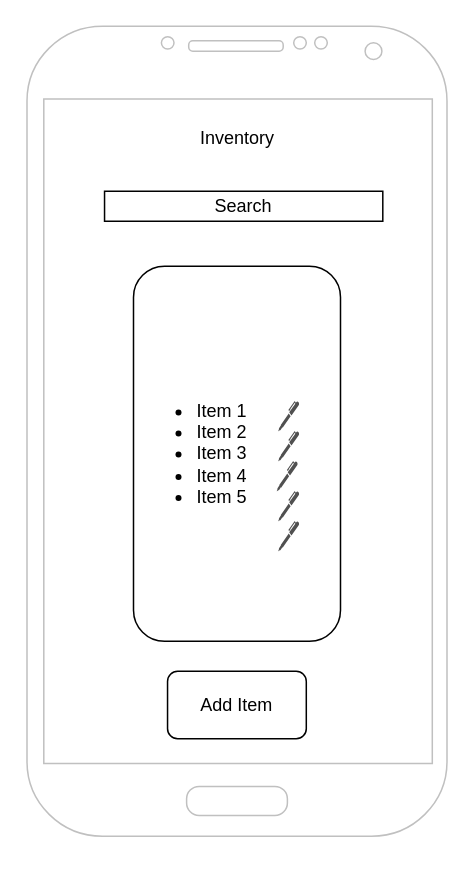
Above: page "Home" (1 of 4) of public/draft.drawio in MV-SWE-Gang/inventory-app (draw.io), before the change. Source tidied: cells renumbered, new cells numbered last; positions are measured from the earlier drawing's top-left corner, leaving out a move shared by most shapes. Both pictures are drawn from the tidied source at 150%, with x=0, y=0 at pixel (27, 26).
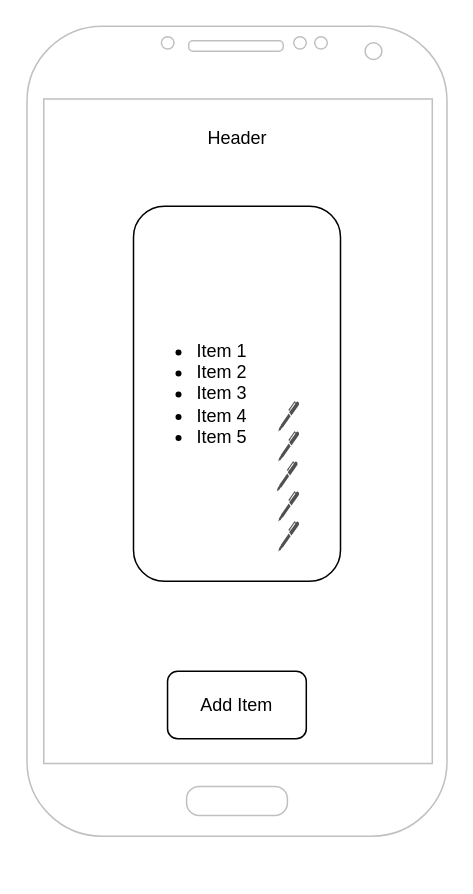
The same diagram, later.

What changed in the source:
```diff
@@
 <mxGraphModel>
   <root>
     <mxCell id="0" />
     <mxCell id="1" parent="0" />
     <mxCell id="2" value="&lt;div&gt;&lt;br&gt;&lt;/div&gt;" style="verticalLabelPosition=bottom;verticalAlign=top;html=1;shadow=0;dashed=0;strokeWidth=1;shape=mxgraph.android.phone2;strokeColor=#c0c0c0;" parent="1" vertex="1">
       <mxGeometry x="-0.5" width="280" height="540" as="geometry" />
     </mxCell>
-    <mxCell id="3" value="Inventory" style="text;html=1;strokeColor=none;fillColor=none;align=center;verticalAlign=middle;whiteSpace=wrap;rounded=0;" parent="1" vertex="1">
+    <mxCell id="3" value="Header" style="text;html=1;strokeColor=none;fillColor=none;align=center;verticalAlign=middle;whiteSpace=wrap;rounded=0;" parent="1" vertex="1">
       <mxGeometry x="104.5" y="60" width="70" height="30" as="geometry" />
     </mxCell>
     <mxCell id="4" value="&lt;ul&gt;&lt;li&gt;Item 1&lt;/li&gt;&lt;li&gt;Item 2&lt;/li&gt;&lt;li&gt;Item 3&lt;/li&gt;&lt;li&gt;Item 4&lt;/li&gt;&lt;li&gt;Item 5&lt;/li&gt;&lt;/ul&gt;" style="rounded=1;whiteSpace=wrap;html=1;direction=south;align=left;" parent="1" vertex="1">
-      <mxGeometry x="70.5" y="160" width="138" height="250" as="geometry" />
+      <mxGeometry x="70.5" y="120" width="138" height="250" as="geometry" />
     </mxCell>
-    <mxCell id="5" value="Search" style="rounded=0;whiteSpace=wrap;html=1;" parent="1" vertex="1">
-      <mxGeometry x="51.2" y="110" width="185.5" height="20" as="geometry" />
-    </mxCell>
     <mxCell id="6" style="sketch=0;shadow=0;dashed=0;html=1;strokeColor=none;fillColor=#505050;labelPosition=center;verticalLabelPosition=bottom;verticalAlign=top;align=center;shape=mxgraph.office.concepts.writing_pen;" parent="1" vertex="1">
       <mxGeometry x="167" y="250" width="14" height="20" as="geometry" />
     </mxCell>
     <mxCell id="7" style="sketch=0;shadow=0;dashed=0;html=1;strokeColor=none;fillColor=#505050;labelPosition=center;verticalLabelPosition=bottom;verticalAlign=top;align=center;shape=mxgraph.office.concepts.writing_pen;" parent="1" vertex="1">
       <mxGeometry x="167" y="270" width="14" height="20" as="geometry" />
     </mxCell>
     <mxCell id="8" style="sketch=0;shadow=0;dashed=0;html=1;strokeColor=none;fillColor=#505050;labelPosition=center;verticalLabelPosition=bottom;verticalAlign=top;align=center;shape=mxgraph.office.concepts.writing_pen;" parent="1" vertex="1">
       <mxGeometry x="166" y="290" width="14" height="20" as="geometry" />
     </mxCell>
     <mxCell id="9" style="sketch=0;shadow=0;dashed=0;html=1;strokeColor=none;fillColor=#505050;labelPosition=center;verticalLabelPosition=bottom;verticalAlign=top;align=center;shape=mxgraph.office.concepts.writing_pen;" parent="1" vertex="1">
       <mxGeometry x="167" y="310" width="14" height="20" as="geometry" />
     </mxCell>
     <mxCell id="10" style="sketch=0;shadow=0;dashed=0;html=1;strokeColor=none;fillColor=#505050;labelPosition=center;verticalLabelPosition=bottom;verticalAlign=top;align=center;shape=mxgraph.office.concepts.writing_pen;" parent="1" vertex="1">
       <mxGeometry x="167" y="330" width="14" height="20" as="geometry" />
     </mxCell>
     <mxCell id="11" value="Add Item" style="rounded=1;whiteSpace=wrap;html=1;" parent="1" vertex="1">
       <mxGeometry x="93.2" y="430" width="92.5" height="45" as="geometry" />
     </mxCell>
   </root>
 </mxGraphModel>
```
